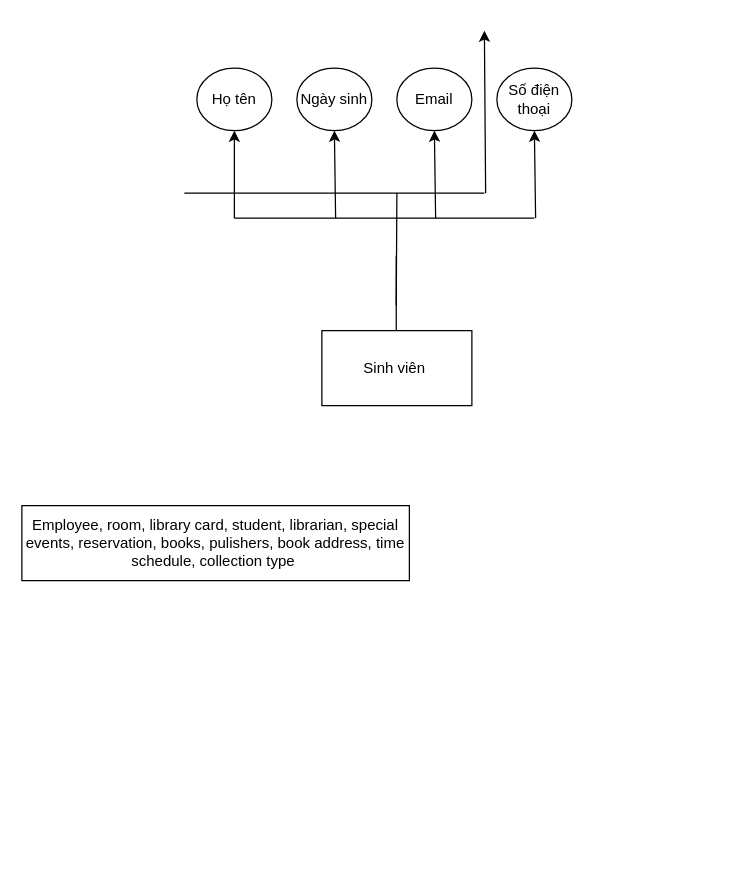
Above: Biểu đồ không có tiêu đề.drawio in Dovanvu09/LibraryManagement (draw.io), before the change. Source tidied: cells renumbered, new cells numbered last; positions are measured from the earlier drawing's top-left corner, leaving out a move shared by most shapes. Both pictures are drawn from the tidied source at 125%, with x=0, y=0 at pixel (21, 30).
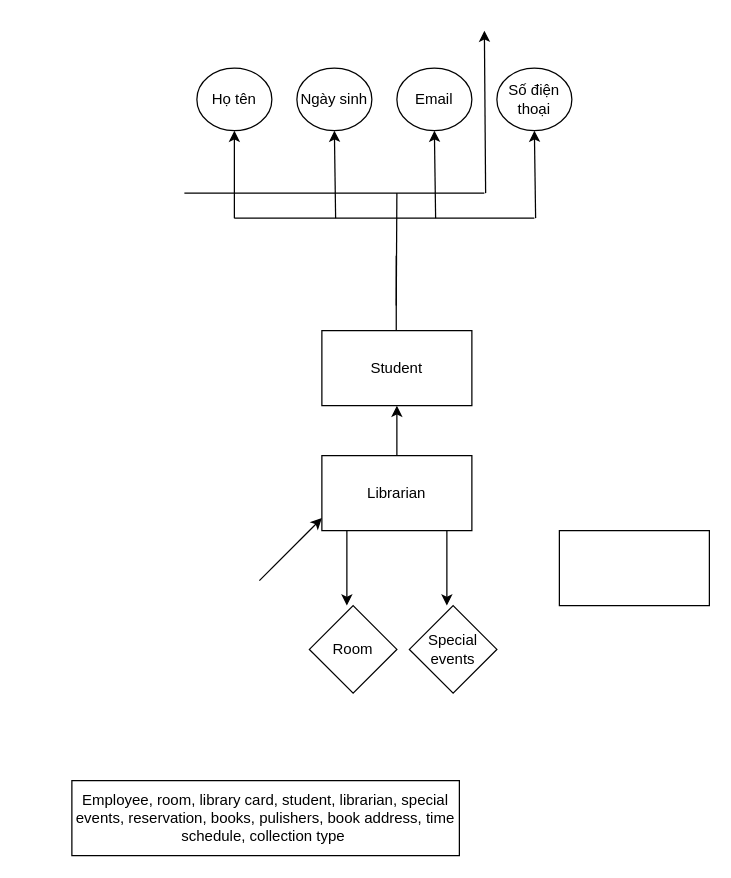
After the change.

What changed in the source:
```diff
@@
-    <mxCell id="2" value="Sinh viên&amp;nbsp;" style="rounded=0;whiteSpace=wrap;html=1;" parent="1" vertex="1">
+    <mxCell id="2" value="Student" style="rounded=0;whiteSpace=wrap;html=1;" parent="1" vertex="1">
       <mxGeometry x="240" y="240" width="120" height="60" as="geometry" />
     </mxCell>
@@
     <mxCell id="16" value="Employee, room, library card, student, librarian, special events, reservation, books, pulishers, book address, time schedule, collection type&amp;nbsp;" style="rounded=0;whiteSpace=wrap;html=1;" parent="1" vertex="1">
-      <mxGeometry y="380" width="310" height="60" as="geometry" />
+      <mxGeometry x="40" y="600" width="310" height="60" as="geometry" />
     </mxCell>
+    <mxCell id="17" value="Librarian" style="rounded=0;whiteSpace=wrap;html=1;" parent="1" vertex="1">
+      <mxGeometry x="240" y="340" width="120" height="60" as="geometry" />
+    </mxCell>
+    <mxCell id="18" style="endArrow=classic;html=1;rounded=0;exitX=0.5;exitY=0;exitDx=0;exitDy=0;entryX=0.5;entryY=1;entryDx=0;entryDy=0;" parent="1" edge="1" source="17" target="2">
+      <mxGeometry relative="1" as="geometry" />
+    </mxCell>
+    <mxCell id="19" style="endArrow=classic;html=1;rounded=0;" parent="1" edge="1">
+      <mxGeometry relative="1" as="geometry">
+        <mxPoint x="190" y="440" as="sourcePoint" />
+        <mxPoint x="240" y="390" as="targetPoint" />
+      </mxGeometry>
+    </mxCell>
+    <mxCell id="20" style="endArrow=classic;html=1;rounded=0;exitX=0.5;exitY=0;exitDx=0;exitDy=0;" parent="1" edge="1">
+      <mxGeometry relative="1" as="geometry">
+        <mxPoint x="260" y="400" as="sourcePoint" />
+        <mxPoint x="260" y="460" as="targetPoint" />
+      </mxGeometry>
+    </mxCell>
+    <mxCell id="21" style="endArrow=classic;html=1;rounded=0;exitX=0.5;exitY=0;exitDx=0;exitDy=0;" parent="1" edge="1">
+      <mxGeometry relative="1" as="geometry">
+        <mxPoint x="340" y="400" as="sourcePoint" />
+        <mxPoint x="340" y="460" as="targetPoint" />
+      </mxGeometry>
+    </mxCell>
+    <mxCell id="22" value="Room" style="rhombus;whiteSpace=wrap;html=1;" parent="1" vertex="1">
+      <mxGeometry x="230" y="460" width="70" height="70" as="geometry" />
+    </mxCell>
+    <mxCell id="23" value="Special events" style="rhombus;whiteSpace=wrap;html=1;" parent="1" vertex="1">
+      <mxGeometry x="310" y="460" width="70" height="70" as="geometry" />
+    </mxCell>
+    <mxCell id="24" style="rounded=0;whiteSpace=wrap;html=1;" parent="1" vertex="1">
+      <mxGeometry x="430" y="400" width="120" height="60" as="geometry" />
+    </mxCell>
```
